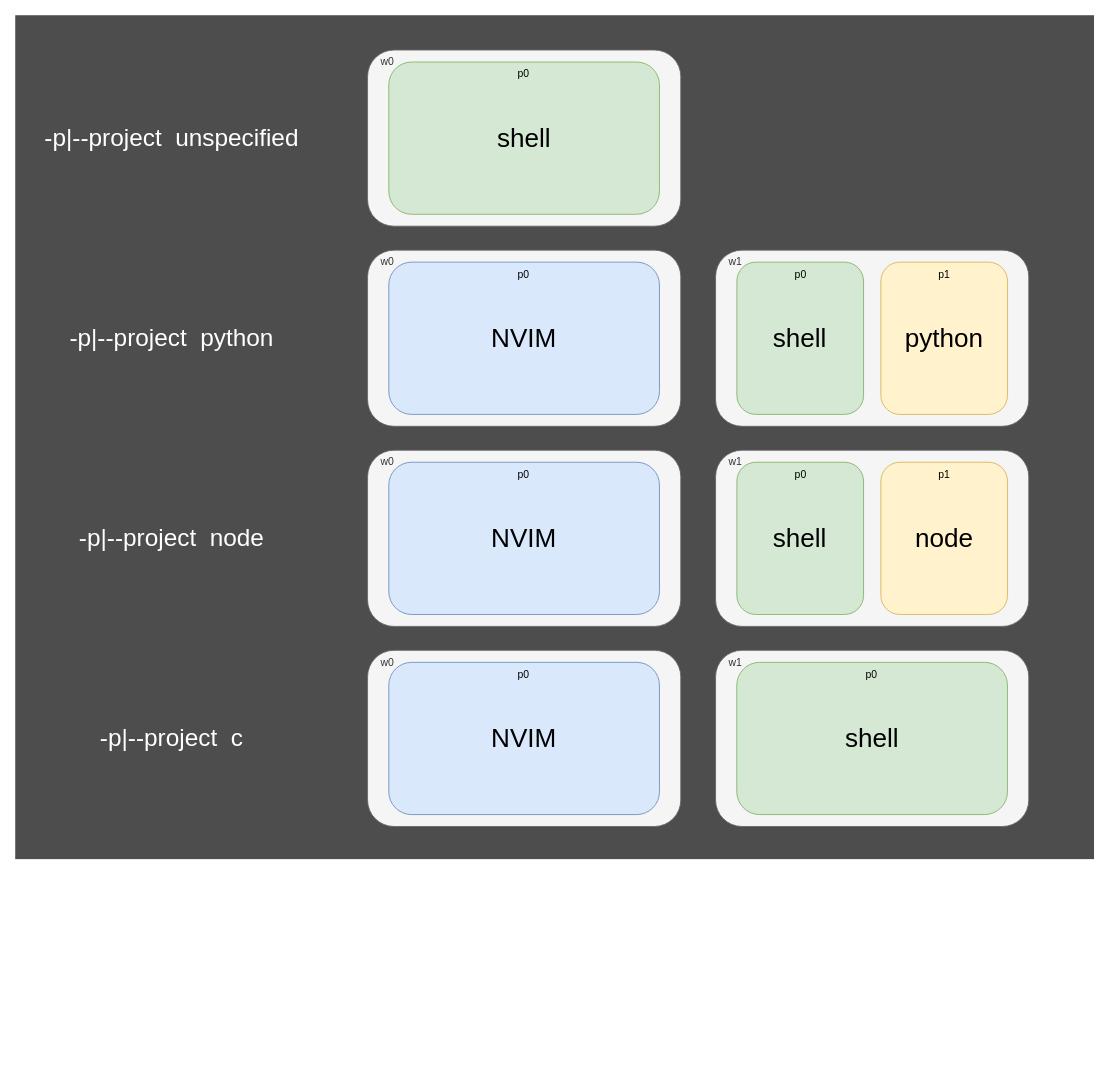
This is diagrams/tmux_sessions.drawio from tsladecek/tmux_configs, a draw.io file, before an edit. Source tidied: cells renumbered, new cells numbered last; positions are measured from the earlier drawing's top-left corner, leaving out a move shared by most shapes. Both pictures are drawn from the tidied source at 87%, with x=0, y=0 at pixel (15, 15).
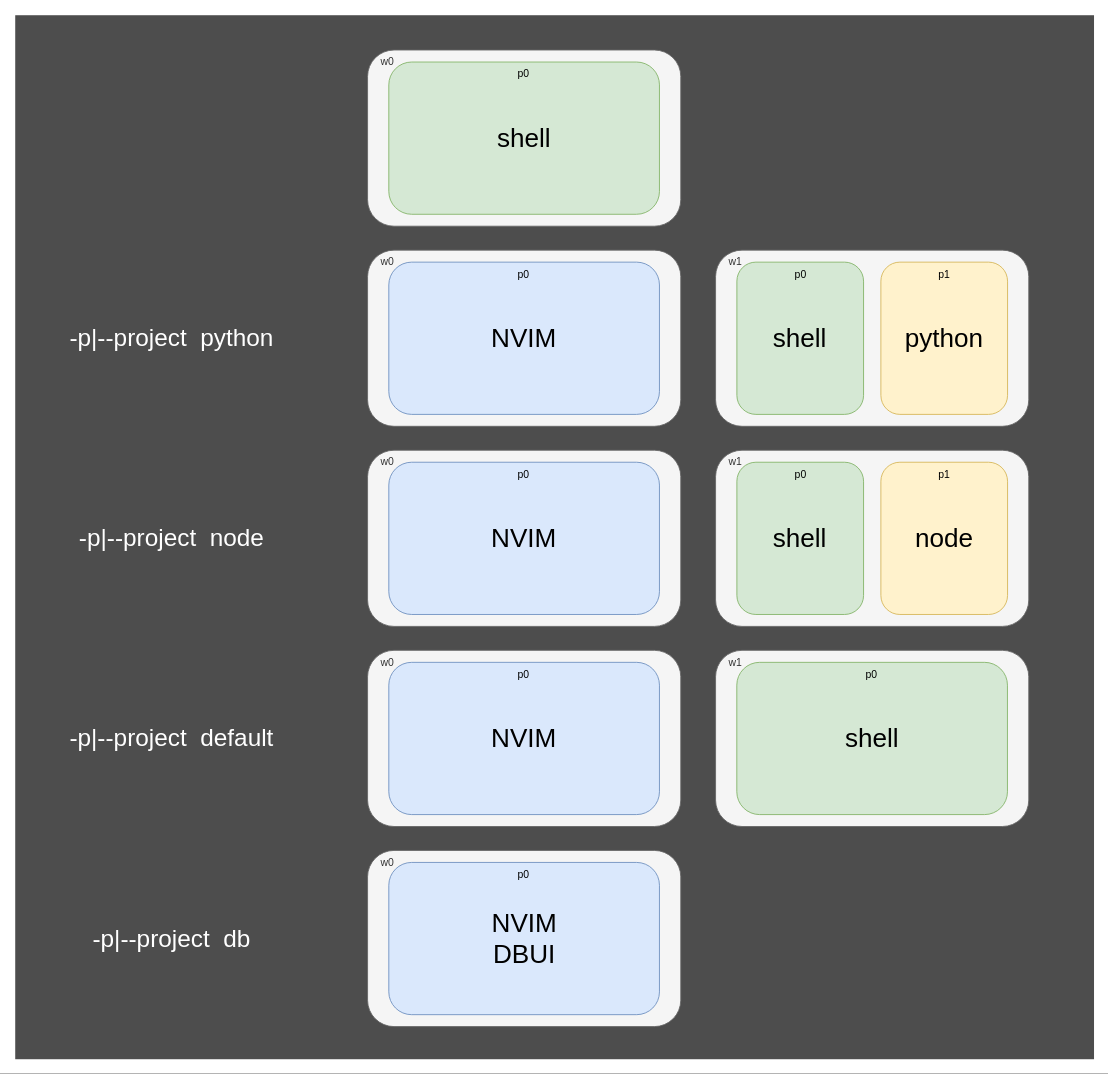
Above is the later version.

Commit message (it also covers changes not shown here):
add db session config + rename c to default

Change to the diagram source:
```diff
@@
     <mxCell id="2" style="rounded=0;whiteSpace=wrap;html=1;strokeColor=none;fillColor=#4D4D4D;" parent="1" vertex="1">
-      <mxGeometry width="1240" height="970" as="geometry" />
+      <mxGeometry width="1240" height="1200" as="geometry" />
     </mxCell>
@@
-    <mxCell id="28" value="-p|--project&amp;nbsp; unspecified" style="text;html=1;align=center;verticalAlign=middle;whiteSpace=wrap;rounded=0;fontSize=28;fontColor=#FFFFFF;" parent="1" vertex="1">
-      <mxGeometry x="30" y="114.4" width="300" height="53.8" as="geometry" />
-    </mxCell>
@@
-    <mxCell id="31" value="-p|--project&amp;nbsp; c" style="text;html=1;align=center;verticalAlign=middle;whiteSpace=wrap;rounded=0;fontSize=28;fontColor=#FFFFFF;" parent="1" vertex="1">
+    <mxCell id="31" value="-p|--project&amp;nbsp; default" style="text;html=1;align=center;verticalAlign=middle;whiteSpace=wrap;rounded=0;fontSize=28;fontColor=#FFFFFF;" parent="1" vertex="1">
       <mxGeometry x="30" y="804.4" width="300" height="53.8" as="geometry" />
     </mxCell>
+    <mxCell id="32" value="&amp;nbsp; &amp;nbsp; w0" style="rounded=1;whiteSpace=wrap;html=1;verticalAlign=top;align=left;fillColor=#f5f5f5;fontColor=#333333;strokeColor=#666666;" parent="1" vertex="1">
+      <mxGeometry x="405" y="960" width="360" height="202.5" as="geometry" />
+    </mxCell>
+    <mxCell id="33" value="p0" style="rounded=1;whiteSpace=wrap;html=1;verticalAlign=top;align=center;fillColor=#dae8fc;strokeColor=#6c8ebf;" parent="1" vertex="1">
+      <mxGeometry x="429.4" y="973.8" width="311.1" height="175" as="geometry" />
+    </mxCell>
+    <mxCell id="34" value="NVIM&lt;div&gt;DBUI&lt;/div&gt;" style="text;html=1;align=center;verticalAlign=middle;whiteSpace=wrap;rounded=0;fontSize=30;" parent="1" vertex="1">
+      <mxGeometry x="517.5" y="1028.1" width="135" height="66.2" as="geometry" />
+    </mxCell>
+    <mxCell id="35" value="-p|--project&amp;nbsp; db" style="text;html=1;align=center;verticalAlign=middle;whiteSpace=wrap;rounded=0;fontSize=28;fontColor=#FFFFFF;" parent="1" vertex="1">
+      <mxGeometry x="30" y="1034.4" width="300" height="53.8" as="geometry" />
+    </mxCell>
```
